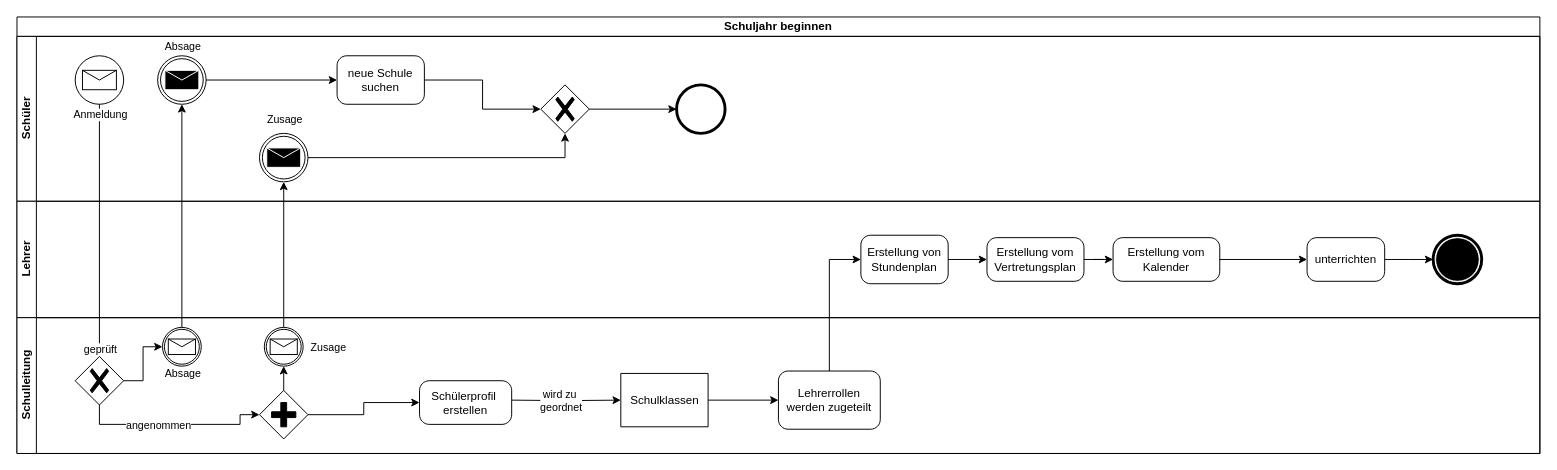
Earlier version of the draw.io diagram Aktivitätsdiagram.drawio (TrainFan1804/SchulverwaltungUML). Source tidied: cells renumbered, new cells numbered last; positions are measured from the earlier drawing's top-left corner, leaving out a move shared by most shapes. Both pictures are drawn from the tidied source at 97%, with x=0, y=0 at pixel (16, 16).
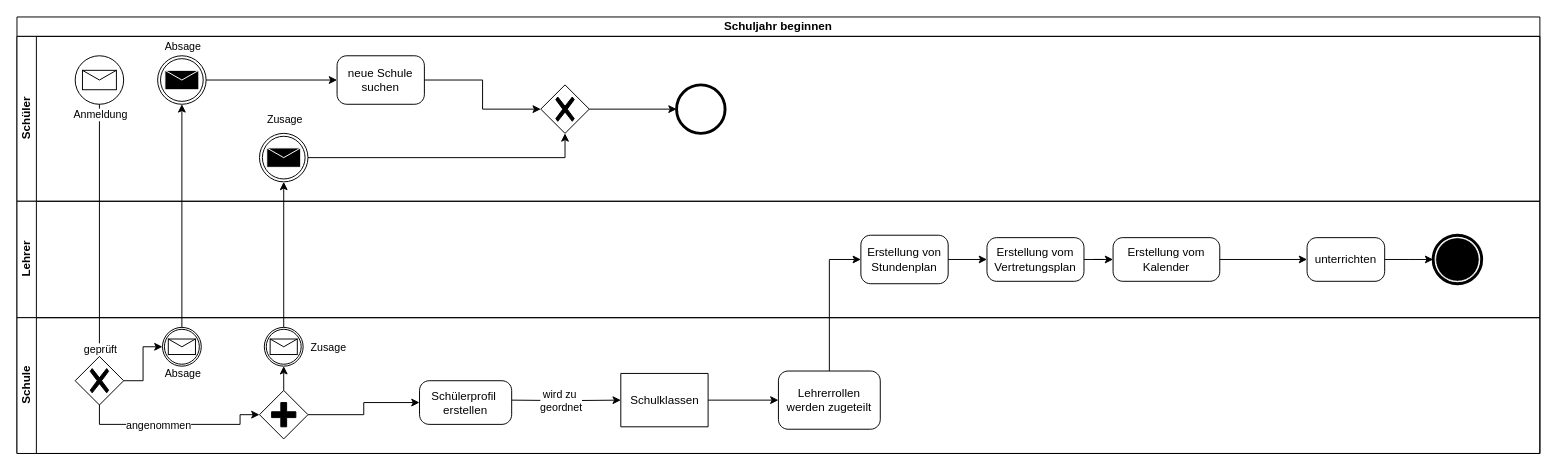
After the change.

The change refers to these unchanged cells:
```xml
<mxCell id="2" value="Schuljahr beginnen" style="swimlane;html=1;horizontal=1;startSize=20;whiteSpace=wrap;" parent="1" vertex="1">
  <mxGeometry width="1570" height="450" as="geometry" />
</mxCell>
```

Diff of the diagram source:
```diff
@@
-    <mxCell id="31" value="Schulleitung" style="swimlane;html=1;startSize=20;horizontal=0;" parent="2" vertex="1">
+    <mxCell id="31" value="Schule" style="swimlane;html=1;startSize=20;horizontal=0;" parent="2" vertex="1">
       <mxGeometry y="310" width="1570" height="140" as="geometry" />
     </mxCell>
```
